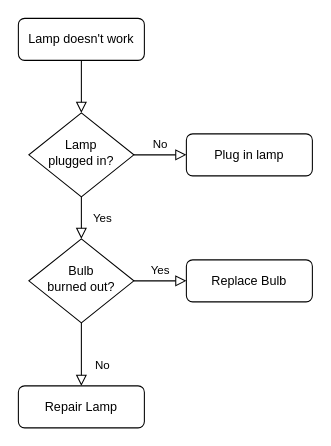
Earlier version of the draw.io diagram Untitled Diagram.drawio (Fruitymo/UthingoSafetyApp). Source tidied: cells renumbered, new cells numbered last; positions are measured from the earlier drawing's top-left corner, leaving out a move shared by most shapes. Both pictures are drawn from the tidied source at 105%, with x=0, y=0 at pixel (18, 18).
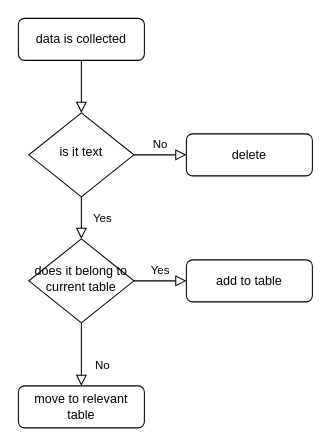
Above is the later version.

Commit message:
data test- thando

Change to the diagram source:
```diff
@@
 <mxGraphModel>
   <root>
     <mxCell id="0" />
     <mxCell id="1" parent="0" />
     <mxCell id="2" style="rounded=0;html=1;jettySize=auto;fontSize=11;endArrow=block;endFill=0;endSize=8;strokeWidth=1;shadow=0;labelBackgroundColor=none;edgeStyle=orthogonalEdgeStyle;" parent="1" edge="1" source="3" target="6">
       <mxGeometry relative="1" as="geometry" />
     </mxCell>
-    <mxCell id="3" value="Lamp doesn't work" style="rounded=1;whiteSpace=wrap;html=1;fontSize=12;glass=0;strokeWidth=1;shadow=0;" parent="1" vertex="1">
+    <mxCell id="3" value="data is collected" style="rounded=1;whiteSpace=wrap;html=1;fontSize=12;glass=0;strokeWidth=1;shadow=0;" parent="1" vertex="1">
       <mxGeometry width="120" height="40" as="geometry" />
     </mxCell>
     <mxCell id="4" value="Yes" style="rounded=0;html=1;jettySize=auto;fontSize=11;endArrow=block;endFill=0;endSize=8;strokeWidth=1;shadow=0;labelBackgroundColor=none;edgeStyle=orthogonalEdgeStyle;" parent="1" edge="1" source="6" target="10">
       <mxGeometry y="20" relative="1" as="geometry" />
     </mxCell>
     <mxCell id="5" value="No" style="edgeStyle=orthogonalEdgeStyle;rounded=0;html=1;jettySize=auto;fontSize=11;endArrow=block;endFill=0;endSize=8;strokeWidth=1;shadow=0;labelBackgroundColor=none;" parent="1" edge="1" source="6" target="7">
       <mxGeometry y="10" relative="1" as="geometry" />
     </mxCell>
-    <mxCell id="6" value="Lamp&lt;br&gt;plugged in?" style="rhombus;whiteSpace=wrap;html=1;shadow=0;fontFamily=Helvetica;fontSize=12;align=center;strokeWidth=1;spacing=6;spacingTop=-4;" parent="1" vertex="1">
+    <mxCell id="6" value="is it text" style="rhombus;whiteSpace=wrap;html=1;shadow=0;fontFamily=Helvetica;fontSize=12;align=center;strokeWidth=1;spacing=6;spacingTop=-4;" parent="1" vertex="1">
       <mxGeometry x="10" y="90" width="100" height="80" as="geometry" />
     </mxCell>
-    <mxCell id="7" value="Plug in lamp" style="rounded=1;whiteSpace=wrap;html=1;fontSize=12;glass=0;strokeWidth=1;shadow=0;" parent="1" vertex="1">
+    <mxCell id="7" value="delete" style="rounded=1;whiteSpace=wrap;html=1;fontSize=12;glass=0;strokeWidth=1;shadow=0;" parent="1" vertex="1">
       <mxGeometry x="160" y="110" width="120" height="40" as="geometry" />
     </mxCell>
     <mxCell id="8" value="No" style="rounded=0;html=1;jettySize=auto;fontSize=11;endArrow=block;endFill=0;endSize=8;strokeWidth=1;shadow=0;labelBackgroundColor=none;edgeStyle=orthogonalEdgeStyle;" parent="1" edge="1" source="10" target="11">
       <mxGeometry x="0.33" y="20" relative="1" as="geometry" />
     </mxCell>
     <mxCell id="9" value="Yes" style="edgeStyle=orthogonalEdgeStyle;rounded=0;html=1;jettySize=auto;fontSize=11;endArrow=block;endFill=0;endSize=8;strokeWidth=1;shadow=0;labelBackgroundColor=none;" parent="1" edge="1" source="10" target="12">
       <mxGeometry y="10" relative="1" as="geometry" />
     </mxCell>
-    <mxCell id="10" value="Bulb&lt;br&gt;burned out?" style="rhombus;whiteSpace=wrap;html=1;shadow=0;fontFamily=Helvetica;fontSize=12;align=center;strokeWidth=1;spacing=6;spacingTop=-4;" parent="1" vertex="1">
+    <mxCell id="10" value="does it belong to current table" style="rhombus;whiteSpace=wrap;html=1;shadow=0;fontFamily=Helvetica;fontSize=12;align=center;strokeWidth=1;spacing=6;spacingTop=-4;" parent="1" vertex="1">
       <mxGeometry x="10" y="210" width="100" height="80" as="geometry" />
     </mxCell>
-    <mxCell id="11" value="Repair Lamp" style="rounded=1;whiteSpace=wrap;html=1;fontSize=12;glass=0;strokeWidth=1;shadow=0;" parent="1" vertex="1">
+    <mxCell id="11" value="move to relevant table" style="rounded=1;whiteSpace=wrap;html=1;fontSize=12;glass=0;strokeWidth=1;shadow=0;" parent="1" vertex="1">
       <mxGeometry y="350" width="120" height="40" as="geometry" />
     </mxCell>
-    <mxCell id="12" value="Replace Bulb" style="rounded=1;whiteSpace=wrap;html=1;fontSize=12;glass=0;strokeWidth=1;shadow=0;" parent="1" vertex="1">
+    <mxCell id="12" value="add to table" style="rounded=1;whiteSpace=wrap;html=1;fontSize=12;glass=0;strokeWidth=1;shadow=0;" parent="1" vertex="1">
       <mxGeometry x="160" y="230" width="120" height="40" as="geometry" />
     </mxCell>
   </root>
 </mxGraphModel>
```
